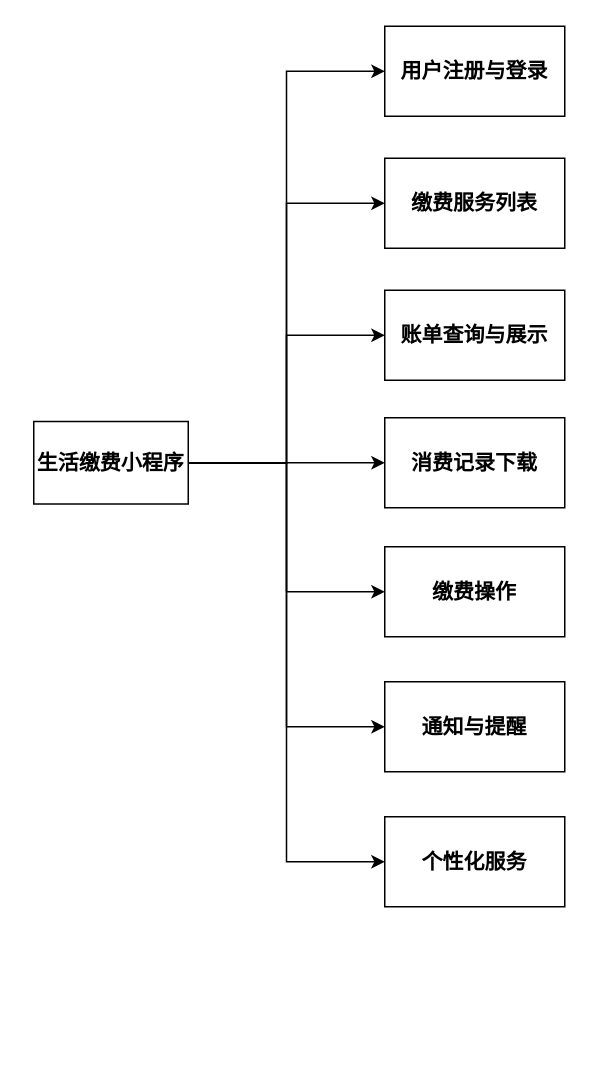
The draw.io diagram 毕业设计.drawio in wencanning/draw.io, before the edit. Source tidied: cells renumbered, new cells numbered last; positions are measured from the earlier drawing's top-left corner, leaving out a move shared by most shapes. Both pictures are drawn from the tidied source at 150%, with x=0, y=0 at pixel (33, 26).
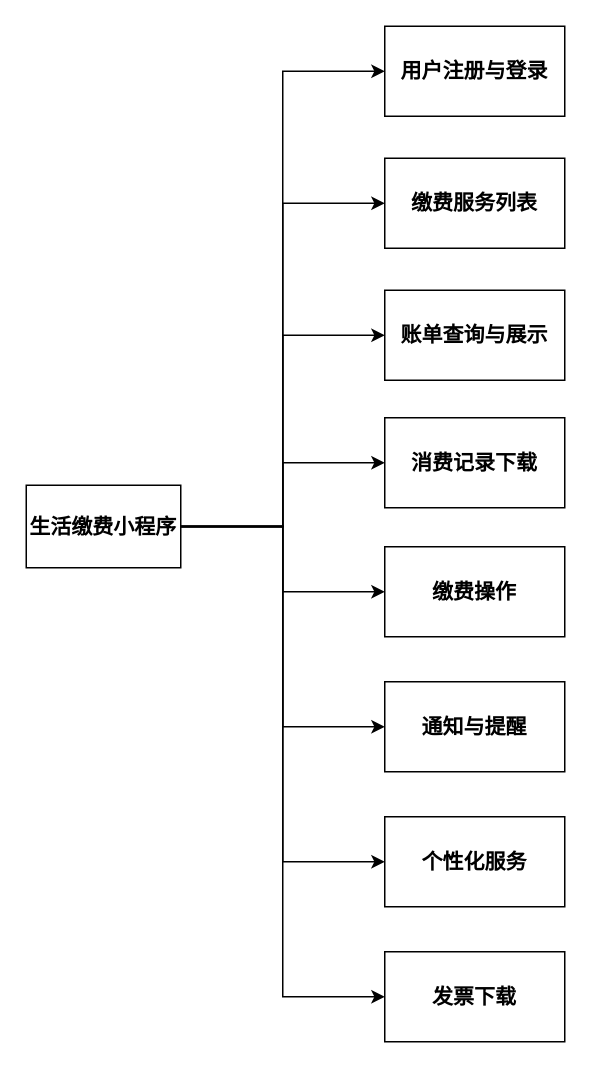
After the change.

Commit message (it also covers changes not shown here):
更新毕业设计.drawio

What changed in the source:
```diff
@@
 <mxGraphModel>
   <root>
     <mxCell id="0" />
     <mxCell id="1" parent="0" />
     <mxCell id="2" style="edgeStyle=orthogonalEdgeStyle;rounded=0;jettySize=auto;html=1;entryX=0;entryY=0.5;entryDx=0;entryDy=0;" parent="1" edge="1" source="9" target="10">
       <mxGeometry relative="1" as="geometry" />
     </mxCell>
     <mxCell id="3" style="edgeStyle=orthogonalEdgeStyle;rounded=0;jettySize=auto;html=1;exitX=1;exitY=0.5;exitDx=0;exitDy=0;entryX=0;entryY=0.5;entryDx=0;entryDy=0;" parent="1" edge="1" source="9" target="11">
       <mxGeometry relative="1" as="geometry" />
     </mxCell>
     <mxCell id="4" style="edgeStyle=orthogonalEdgeStyle;rounded=0;jettySize=auto;html=1;exitX=1;exitY=0.5;exitDx=0;exitDy=0;entryX=0;entryY=0.5;entryDx=0;entryDy=0;" parent="1" edge="1" source="9" target="12">
       <mxGeometry relative="1" as="geometry" />
     </mxCell>
     <mxCell id="5" style="edgeStyle=orthogonalEdgeStyle;rounded=0;jettySize=auto;html=1;exitX=1;exitY=0.5;exitDx=0;exitDy=0;entryX=0;entryY=0.5;entryDx=0;entryDy=0;" parent="1" edge="1" source="9" target="13">
       <mxGeometry relative="1" as="geometry" />
     </mxCell>
     <mxCell id="6" style="edgeStyle=orthogonalEdgeStyle;rounded=0;jettySize=auto;html=1;exitX=1;exitY=0.5;exitDx=0;exitDy=0;entryX=0;entryY=0.5;entryDx=0;entryDy=0;" parent="1" edge="1" source="9" target="14">
       <mxGeometry relative="1" as="geometry" />
     </mxCell>
     <mxCell id="7" style="edgeStyle=orthogonalEdgeStyle;rounded=0;jettySize=auto;html=1;exitX=1;exitY=0.5;exitDx=0;exitDy=0;entryX=0;entryY=0.5;entryDx=0;entryDy=0;" parent="1" edge="1" source="9" target="15">
       <mxGeometry relative="1" as="geometry" />
     </mxCell>
     <mxCell id="8" style="edgeStyle=orthogonalEdgeStyle;rounded=0;jettySize=auto;html=1;exitX=1;exitY=0.5;exitDx=0;exitDy=0;entryX=0;entryY=0.5;entryDx=0;entryDy=0;" parent="1" edge="1" source="9" target="16">
       <mxGeometry relative="1" as="geometry" />
     </mxCell>
+    <mxCell id="17" style="edgeStyle=orthogonalEdgeStyle;rounded=0;jettySize=auto;html=1;exitX=1;exitY=0.5;exitDx=0;exitDy=0;entryX=0;entryY=0.5;entryDx=0;entryDy=0;" parent="1" edge="1" source="9" target="18">
+      <mxGeometry relative="1" as="geometry" />
+    </mxCell>
     <mxCell id="9" value="生活缴费小程序" style="rounded=0;whiteSpace=wrap;html=1;fontSize=14;fontStyle=1;" parent="1" vertex="1">
-      <mxGeometry y="263.5" width="103" height="55" as="geometry" />
+      <mxGeometry x="-5" y="306" width="103" height="55" as="geometry" />
     </mxCell>
     <mxCell id="10" value="&lt;p class=&quot;MsoNormal&quot; style=&quot;font-size: 14px;&quot;&gt;&lt;b style=&quot;font-size: 14px;&quot;&gt;&lt;font face=&quot;Segoe UI&quot; style=&quot;font-size: 14px;&quot;&gt;用户注册与登录&lt;/font&gt;&lt;/b&gt;&lt;/p&gt;" style="rounded=0;whiteSpace=wrap;html=1;fontSize=14;" parent="1" vertex="1">
       <mxGeometry x="234" width="120" height="60" as="geometry" />
     </mxCell>
     <mxCell id="11" value="&lt;p class=&quot;MsoNormal&quot; style=&quot;font-size: 14px;&quot;&gt;&lt;b style=&quot;font-size: 14px;&quot;&gt;缴费服务列表&lt;/b&gt;&lt;/p&gt;" style="rounded=0;whiteSpace=wrap;html=1;fontSize=14;" parent="1" vertex="1">
       <mxGeometry x="234" y="88" width="120" height="60" as="geometry" />
     </mxCell>
     <mxCell id="12" value="&lt;p class=&quot;MsoNormal&quot; style=&quot;font-size: 14px;&quot;&gt;&lt;b style=&quot;font-size: 14px;&quot;&gt;账单查询与展示&lt;/b&gt;&lt;/p&gt;" style="rounded=0;whiteSpace=wrap;html=1;fontSize=14;" parent="1" vertex="1">
       <mxGeometry x="234" y="176" width="120" height="60" as="geometry" />
     </mxCell>
     <mxCell id="13" value="&lt;p class=&quot;MsoNormal&quot; style=&quot;font-size: 14px;&quot;&gt;&lt;b style=&quot;font-size: 14px;&quot;&gt;&lt;font face=&quot;宋体&quot; style=&quot;font-size: 14px;&quot;&gt;消费记录下载&lt;/font&gt;&lt;/b&gt;&lt;/p&gt;" style="rounded=0;whiteSpace=wrap;html=1;fontSize=14;" parent="1" vertex="1">
       <mxGeometry x="234" y="261" width="120" height="60" as="geometry" />
     </mxCell>
     <mxCell id="14" value="&lt;p class=&quot;MsoNormal&quot; style=&quot;font-size: 14px;&quot;&gt;&lt;b style=&quot;font-size: 14px;&quot;&gt;缴费操作&lt;/b&gt;&lt;/p&gt;" style="rounded=0;whiteSpace=wrap;html=1;fontSize=14;" parent="1" vertex="1">
       <mxGeometry x="234" y="347" width="120" height="60" as="geometry" />
     </mxCell>
     <mxCell id="15" value="&lt;p class=&quot;MsoNormal&quot; style=&quot;font-size: 14px;&quot;&gt;&lt;b style=&quot;font-size: 14px;&quot;&gt;通知与提醒&lt;/b&gt;&lt;/p&gt;" style="rounded=0;whiteSpace=wrap;html=1;fontSize=14;" parent="1" vertex="1">
       <mxGeometry x="234" y="437" width="120" height="60" as="geometry" />
     </mxCell>
     <mxCell id="16" value="&lt;p class=&quot;MsoNormal&quot; style=&quot;font-size: 14px;&quot;&gt;&lt;b style=&quot;font-size: 14px;&quot;&gt;个性化服务&lt;/b&gt;&lt;/p&gt;" style="rounded=0;whiteSpace=wrap;html=1;fontSize=14;" parent="1" vertex="1">
       <mxGeometry x="234" y="527" width="120" height="60" as="geometry" />
     </mxCell>
+    <mxCell id="18" value="&lt;p class=&quot;MsoNormal&quot; style=&quot;font-size: 14px;&quot;&gt;&lt;b&gt;发票下载&lt;/b&gt;&lt;/p&gt;" style="rounded=0;whiteSpace=wrap;html=1;fontSize=14;" parent="1" vertex="1">
+      <mxGeometry x="234" y="617" width="120" height="60" as="geometry" />
+    </mxCell>
   </root>
 </mxGraphModel>
```
